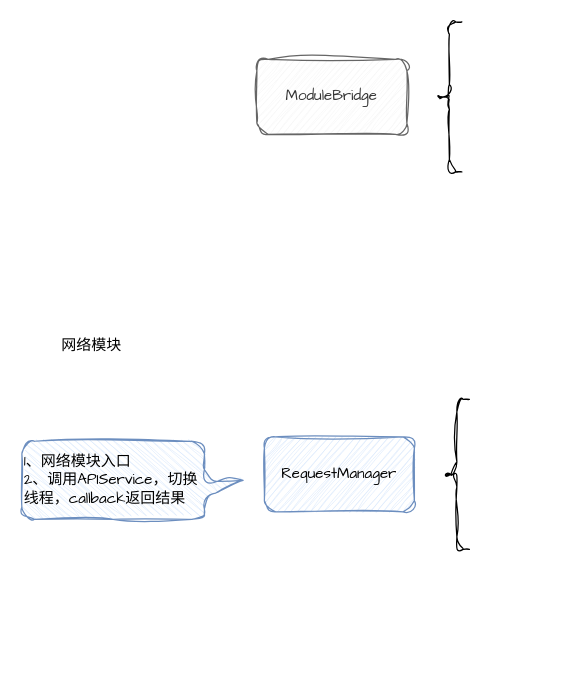
Before: 多媒体.drawio in TryLoveCatch/charts, a draw.io diagram. Source tidied: cells renumbered, new cells numbered last; positions are measured from the earlier drawing's top-left corner, leaving out a move shared by most shapes. Both pictures are drawn from the tidied source at 125%, with x=0, y=0 at pixel (21, 21).
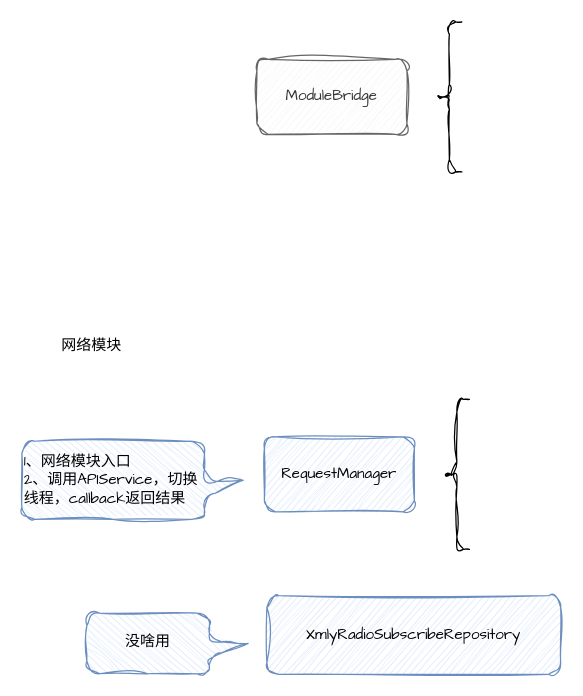
Above is the later version.

Commit message (it also covers changes not shown here):
更新多媒体.drawio

Diff of the diagram source:
```diff
@@
 <mxGraphModel>
   <root>
     <mxCell id="0" />
     <mxCell id="1" parent="0" />
     <mxCell id="2" value="ModuleBridge" style="rounded=1;whiteSpace=wrap;html=1;sketch=1;curveFitting=1;jiggle=2;fontFamily=Comic Sans MS;fillColor=#f5f5f5;strokeColor=#666666;fontColor=#333333;" parent="1" vertex="1">
       <mxGeometry x="188" y="30" width="120" height="60" as="geometry" />
     </mxCell>
     <mxCell id="3" style="shape=curlyBracket;whiteSpace=wrap;html=1;rounded=1;labelPosition=left;verticalLabelPosition=middle;align=right;verticalAlign=middle;sketch=1;jiggle=2;curveFitting=1;strokeColor=default;fontFamily=Comic Sans MS;fontSize=12;fontColor=default;fillColor=default;" parent="1" vertex="1">
       <mxGeometry x="332" width="20" height="120" as="geometry" />
     </mxCell>
     <mxCell id="4" value="RequestManager" style="rounded=1;whiteSpace=wrap;html=1;sketch=1;curveFitting=1;jiggle=2;fontFamily=Comic Sans MS;fillColor=#dae8fc;strokeColor=#6c8ebf;" parent="1" vertex="1">
       <mxGeometry x="194" y="332" width="120" height="60" as="geometry" />
     </mxCell>
     <mxCell id="5" style="shape=curlyBracket;whiteSpace=wrap;html=1;rounded=1;labelPosition=left;verticalLabelPosition=middle;align=right;verticalAlign=middle;sketch=1;jiggle=2;curveFitting=1;strokeColor=default;fontFamily=Comic Sans MS;fontSize=12;fontColor=default;fillColor=default;" parent="1" vertex="1">
       <mxGeometry x="338" y="302" width="20" height="120" as="geometry" />
     </mxCell>
     <mxCell id="6" value="1、网络模块入口&lt;div&gt;2、调用APIService，切换线程，callback返回结果&lt;/div&gt;" style="shape=callout;whiteSpace=wrap;html=1;perimeter=calloutPerimeter;rounded=1;sketch=1;jiggle=2;curveFitting=1;strokeColor=#6c8ebf;align=left;verticalAlign=middle;fontFamily=Comic Sans MS;fontSize=12;fillColor=#dae8fc;flipV=0;flipH=0;direction=north;base=13;size=31;position=0.27;" parent="1" vertex="1">
       <mxGeometry y="335.5" width="177" height="62.5" as="geometry" />
     </mxCell>
     <mxCell id="7" value="网络模块" style="text;html=1;align=center;verticalAlign=middle;whiteSpace=wrap;rounded=0;fontFamily=Comic Sans MS;fontSize=12;fontColor=default;" parent="1" vertex="1">
       <mxGeometry x="26" y="245" width="60" height="30" as="geometry" />
     </mxCell>
+    <mxCell id="8" value="XmlyRadioSubscribeRepository" style="rounded=1;whiteSpace=wrap;html=1;sketch=1;curveFitting=1;jiggle=2;fontFamily=Comic Sans MS;fillColor=#dae8fc;strokeColor=#6c8ebf;" parent="1" vertex="1">
+      <mxGeometry x="196" y="459" width="235" height="63" as="geometry" />
+    </mxCell>
+    <mxCell id="9" value="没啥用" style="shape=callout;whiteSpace=wrap;html=1;perimeter=calloutPerimeter;rounded=1;sketch=1;jiggle=2;curveFitting=1;strokeColor=#6c8ebf;align=center;verticalAlign=middle;fontFamily=Comic Sans MS;fontSize=12;fillColor=#dae8fc;flipV=0;flipH=0;direction=north;base=13;size=31;position=0.27;" parent="1" vertex="1">
+      <mxGeometry x="52" y="473" width="129" height="48.5" as="geometry" />
+    </mxCell>
   </root>
 </mxGraphModel>
```
